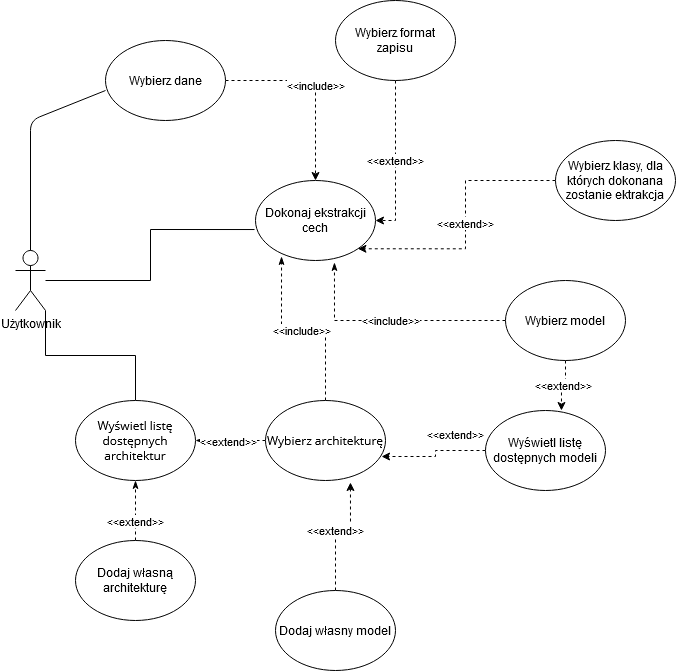
Before: Praca_Inz/pol/usecase.png, a diagram exported from draw.io (Mikohab450/FeatureExtraction). Source tidied: cells renumbered, new cells last; positions are measured from the earlier drawing's top-left corner, leaving out a move shared by most shapes.
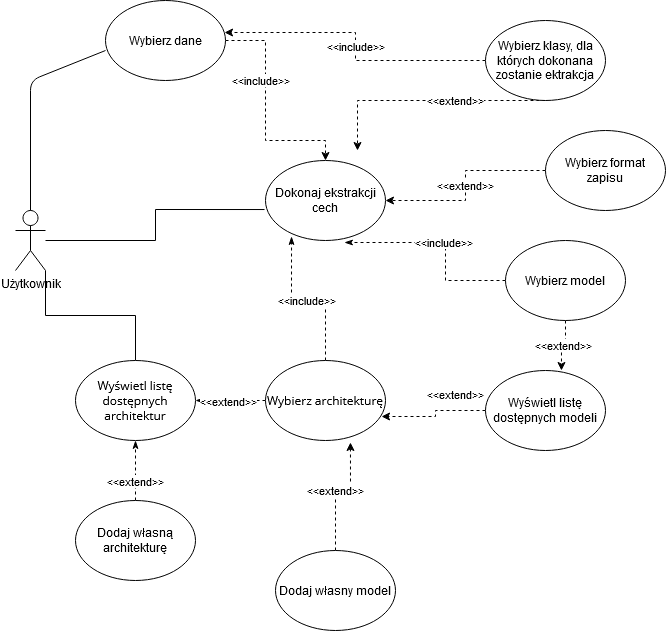
The same diagram one commit later.

Commit message:
poprawienie use case v2

Change to the diagram source:
```diff
@@ -23,7 +23,12 @@
       <mxGeometry y="250" width="30" height="60" as="geometry" />
     </mxCell>
     <mxCell id="7" value="&amp;lt;&amp;lt;include&amp;gt;&amp;gt;" style="edgeStyle=orthogonalEdgeStyle;rounded=0;jettySize=auto;html=1;entryX=0.5;entryY=0;entryDx=0;entryDy=0;dashed=1;" parent="1" edge="1" source="8" target="17">
-      <mxGeometry relative="1" as="geometry" />
+      <mxGeometry x="-0.68" y="-40" relative="1" as="geometry">
+        <Array as="points">
+          <mxPoint x="250" y="80" />
+          <mxPoint x="250" y="180" />
+        </Array>
+      </mxGeometry>
     </mxCell>
     <mxCell id="8" value="Wybierz dane" style="ellipse;whiteSpace=wrap;html=1;" parent="1" vertex="1">
       <mxGeometry x="90" y="40" width="120" height="80" as="geometry" />
@@ -53,19 +58,27 @@
       <mxGeometry x="250" y="400" width="120" height="80" as="geometry" />
     </mxCell>
     <mxCell id="17" value="Dokonaj ekstrakcji cech" style="ellipse;whiteSpace=wrap;html=1;" parent="1" vertex="1">
-      <mxGeometry x="240" y="180" width="120" height="80" as="geometry" />
+      <mxGeometry x="250" y="200" width="120" height="80" as="geometry" />
     </mxCell>
     <mxCell id="18" value="&amp;lt;&amp;lt;extend&amp;gt;&amp;gt;" style="edgeStyle=orthogonalEdgeStyle;rounded=0;jettySize=auto;html=1;entryX=1;entryY=0.5;entryDx=0;entryDy=0;dashed=1;" parent="1" edge="1" source="19" target="17">
       <mxGeometry relative="1" as="geometry" />
     </mxCell>
     <mxCell id="19" value="Wybierz format zapisu" style="ellipse;whiteSpace=wrap;html=1;" parent="1" vertex="1">
-      <mxGeometry x="320" width="120" height="80" as="geometry" />
+      <mxGeometry x="530" y="170" width="120" height="80" as="geometry" />
     </mxCell>
-    <mxCell id="20" value="&amp;lt;&amp;lt;extend&amp;gt;&amp;gt;" style="edgeStyle=orthogonalEdgeStyle;rounded=0;jettySize=auto;html=1;entryX=1;entryY=1;entryDx=0;entryDy=0;dashed=1;" parent="1" edge="1" source="21" target="17">
-      <mxGeometry relative="1" as="geometry" />
+    <mxCell id="20" value="&amp;lt;&amp;lt;extend&amp;gt;&amp;gt;" style="edgeStyle=orthogonalEdgeStyle;rounded=0;jettySize=auto;html=1;dashed=1;" parent="1" edge="1" source="21">
+      <mxGeometry x="-0.24" relative="1" as="geometry">
+        <mxPoint x="342" y="190" as="targetPoint" />
+        <Array as="points">
+          <mxPoint x="342" y="140" />
+        </Array>
+      </mxGeometry>
     </mxCell>
+    <mxCell id="30" value="&amp;lt;&amp;lt;include&amp;gt;&amp;gt;" style="edgeStyle=orthogonalEdgeStyle;rounded=0;jettySize=auto;html=1;entryX=0.992;entryY=0.4;entryDx=0;entryDy=0;entryPerimeter=0;dashed=1;" parent="1" edge="1" source="21" target="8">
+      <mxGeometry relative="1" as="geometry" />
+    </mxCell>
     <mxCell id="21" value="Wybierz klasy, dla których dokonana zostanie ektrakcja" style="ellipse;whiteSpace=wrap;html=1;" parent="1" vertex="1">
-      <mxGeometry x="540" y="140" width="120" height="80" as="geometry" />
+      <mxGeometry x="470" y="60" width="120" height="80" as="geometry" />
     </mxCell>
     <mxCell id="22" value="&amp;lt;&amp;lt;extend&amp;gt;&amp;gt;" style="edgeStyle=orthogonalEdgeStyle;rounded=0;jettySize=auto;html=1;entryX=0.708;entryY=1.025;entryDx=0;entryDy=0;entryPerimeter=0;dashed=1;" parent="1" edge="1" source="23" target="16">
       <mxGeometry x="-0.11" y="5" relative="1" as="geometry" />
```
